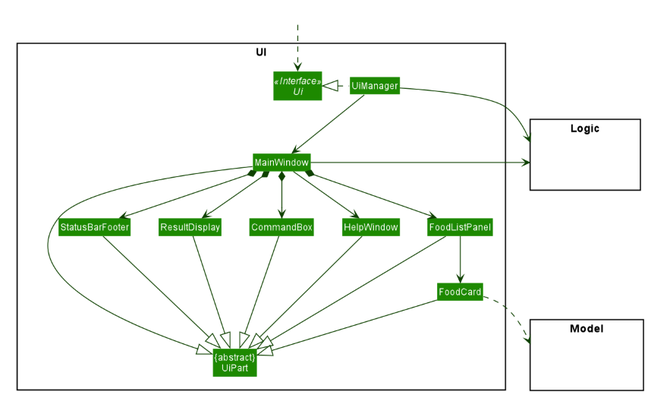
Above: docs/images/UiClassDiagram.png in rolandyuwy/tp (PlantUML), before the change. Its source is kept beside it as docs/diagrams/UiClassDiagram.puml. Its diagram source:
```plantuml
@startuml
!include style.puml
skinparam arrowThickness 1.1
skinparam arrowColor UI_COLOR_T4
skinparam classBackgroundColor UI_COLOR

package UI <<Rectangle>>{
Interface Ui <<Interface>>
Class "{abstract}\nUiPart" as UiPart
Class UiManager
Class MainWindow
Class HelpWindow
Class ResultDisplay
Class FoodListPanel
Class FoodCard
Class StatusBarFooter
Class CommandBox
}

package Model <<Rectangle>> {
Class HiddenModel #FFFFFF
}

package Logic <<Rectangle>> {
Class HiddenLogic #FFFFFF
}

Class HiddenOutside #FFFFFF
HiddenOutside ..> Ui

UiManager .left.|> Ui
UiManager -down-> MainWindow
MainWindow --> HelpWindow
MainWindow *-down-> CommandBox
MainWindow *-down-> ResultDisplay
MainWindow *-down-> FoodListPanel
MainWindow *-down-> StatusBarFooter

FoodListPanel -down-> FoodCard

MainWindow -left-|> UiPart

ResultDisplay --|> UiPart
CommandBox --|> UiPart
FoodListPanel --|> UiPart
FoodCard --|> UiPart
StatusBarFooter --|> UiPart
HelpWindow -down-|> UiPart

FoodCard ..> Model
UiManager -right-> Logic
MainWindow -left-> Logic

FoodListPanel -[hidden]left- HelpWindow
HelpWindow -[hidden]left- CommandBox
CommandBox -[hidden]left- ResultDisplay
ResultDisplay -[hidden]left- StatusBarFooter

MainWindow -[hidden]-|> UiPart
@enduml
```
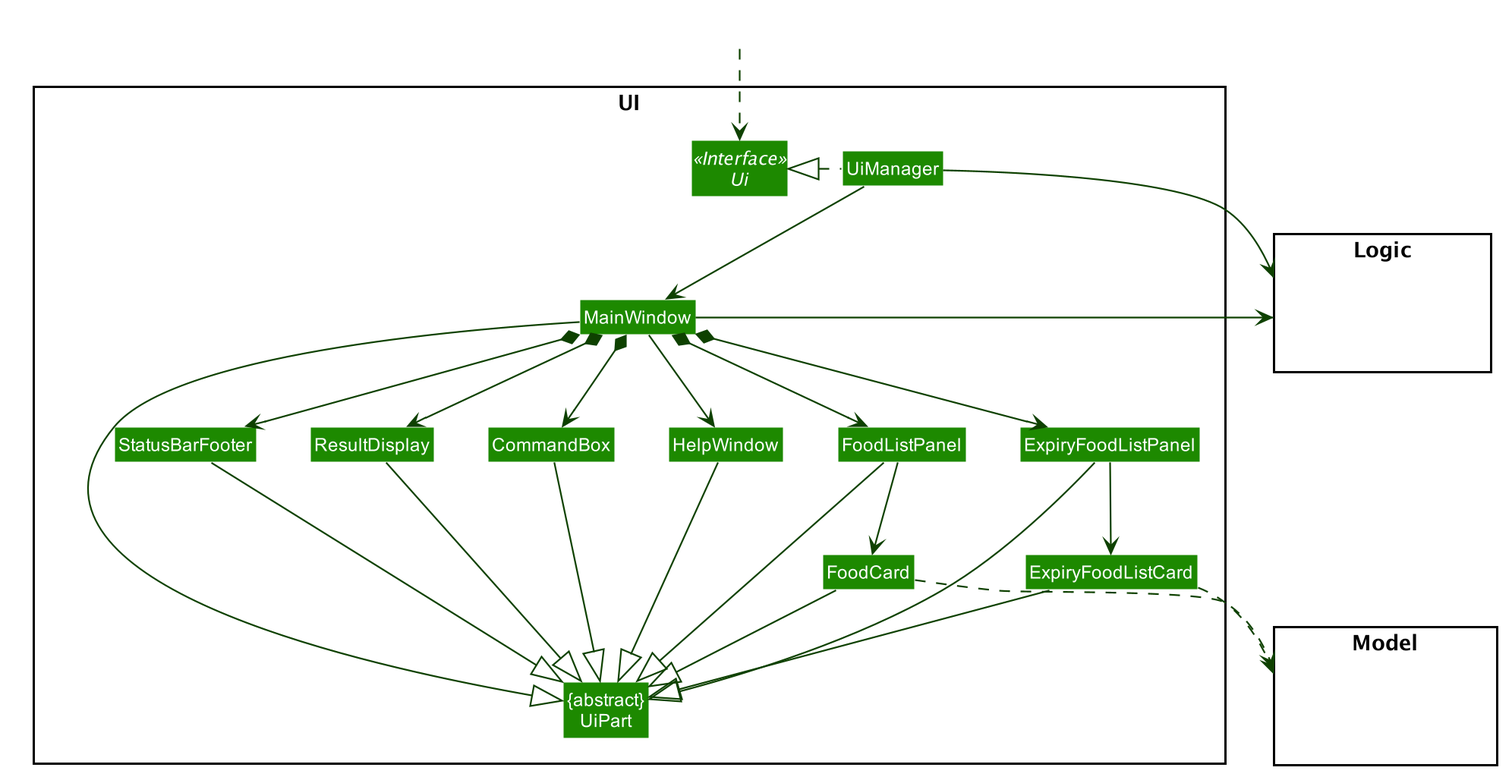
The same diagram one commit later.

Commit message:
Update DG UML diagram for UI component

Diff of the diagram source:
```diff
@@ -11,6 +11,8 @@
 Class MainWindow
 Class HelpWindow
 Class ResultDisplay
+Class ExpiryFoodListPanel
+Class ExpiryFoodListCard
 Class FoodListPanel
 Class FoodCard
 Class StatusBarFooter
@@ -33,21 +35,26 @@
 MainWindow --> HelpWindow
 MainWindow *-down-> CommandBox
 MainWindow *-down-> ResultDisplay
+MainWindow *-down-> ExpiryFoodListPanel
 MainWindow *-down-> FoodListPanel
 MainWindow *-down-> StatusBarFooter
 
 FoodListPanel -down-> FoodCard
+ExpiryFoodListPanel -down-> ExpiryFoodListCard
 
 MainWindow -left-|> UiPart
 
 ResultDisplay --|> UiPart
 CommandBox --|> UiPart
+ExpiryFoodListPanel --|> UiPart
+ExpiryFoodListCard --|> UiPart
 FoodListPanel --|> UiPart
 FoodCard --|> UiPart
 StatusBarFooter --|> UiPart
 HelpWindow -down-|> UiPart
 
 FoodCard ..> Model
+ExpiryFoodListCard ..> Model
 UiManager -right-> Logic
 MainWindow -left-> Logic
 
```
